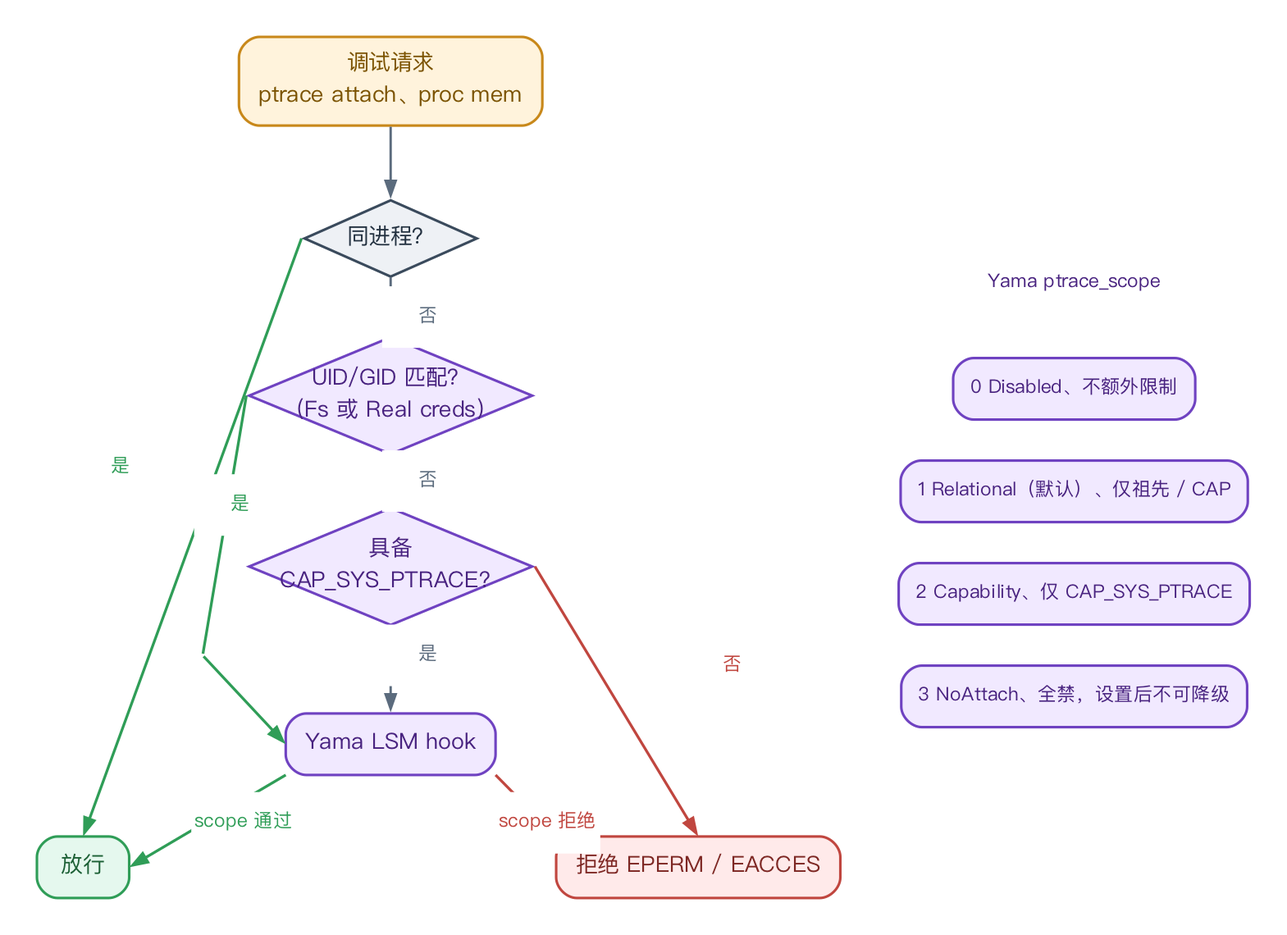
Above: research_practice/assets/10_security_model.png in vvvvsv/asterinas (Graphviz), before the change. Its source is kept beside it as research_practice/assets/10_security_model.dot.
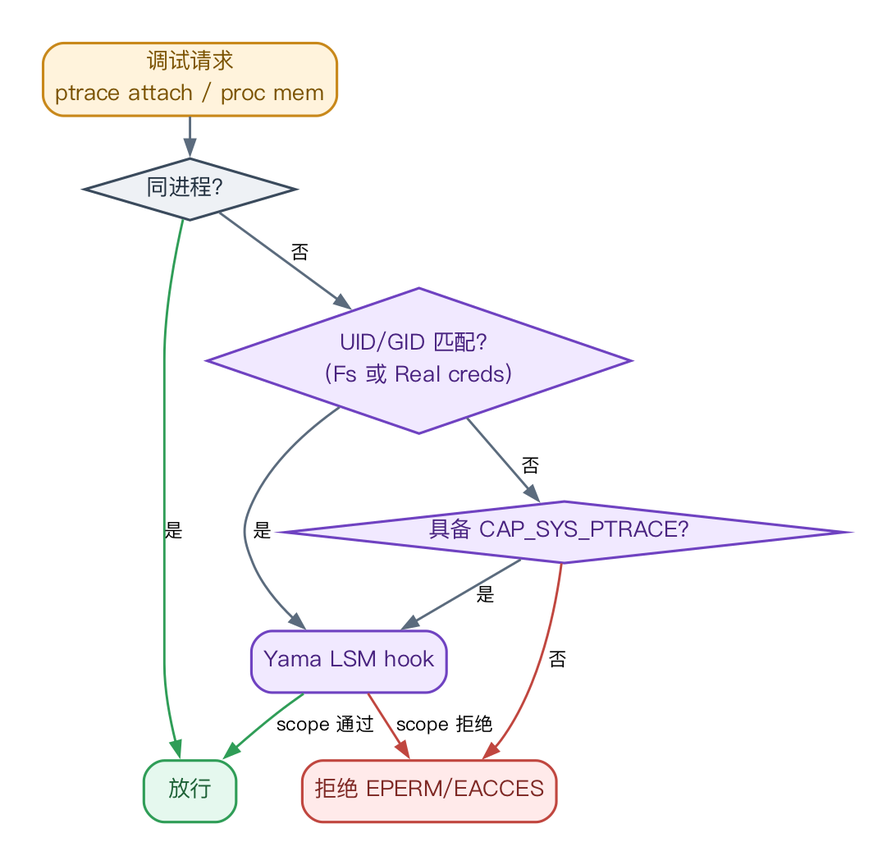
Later version of the same file.

The edit, as a diff of the source:
```diff
@@ -1,36 +1,24 @@
 digraph G {
-  graph [fontname="PingFang SC", bgcolor="white", pad="0.3", splines=true];
-  node [fontname="PingFang SC", shape=box, style="rounded,filled", penwidth=1.5, margin="0.16,0.10", fontsize=13];
-  edge [fontname="PingFang SC", color="#5b6b7d", penwidth=1.4, arrowsize=0.85, fontsize=11];
-  req [label="调试请求\nptrace attach、proc mem", fillcolor="#FFF3DC", color="#C8881A", fontcolor="#7a5200", pos="250,480"];
-  same [label="同进程？", fillcolor="#EEF1F5", color="#3a4a5c", fontcolor="#22303f", shape="diamond", style="filled", width="1.4", height="0.62", fixedsize="true", pos="250,388"];
-  ugid [label="UID/GID 匹配？\n(Fs 或 Real creds)", fillcolor="#F1E9FF", color="#6F42C1", fontcolor="#48227f", shape="diamond", style="filled", width="2.3", height="0.95", fixedsize="true", pos="250,296"];
-  cap [label="具备\nCAP_SYS_PTRACE？", fillcolor="#F1E9FF", color="#6F42C1", fontcolor="#48227f", shape="diamond", style="filled", width="2.3", height="0.95", fixedsize="true", pos="250,196"];
-  yama [label="Yama LSM hook", fillcolor="#F1E9FF", color="#6F42C1", fontcolor="#48227f", pos="250,92"];
-  allow [label="放行", fillcolor="#E5F8EE", color="#2F9D57", fontcolor="#1c6035", pos="70,20"];
-  deny [label="拒绝 EPERM / EACCES", fillcolor="#FFEAEA", color="#C0463F", fontcolor="#7d2723", pos="430,20"];
-  wp_uy [shape=point, width=0.001, color="white", pos="140,144.0"];
-  req -> same [color="#5b6b7d"];
-  same -> ugid [color="#5b6b7d"];
-  ugid -> cap [color="#5b6b7d"];
-  cap -> yama [color="#5b6b7d"];
-  same:w -> allow:n [color="#2F9D57", penwidth=1.6, pos="e,70,42 70,388 70,110"];
-  ugid:w -> wp_uy [color="#2F9D57", penwidth=1.6, arrowhead=none];
-  wp_uy -> yama:w [color="#2F9D57", penwidth=1.6];
-  cap:e -> deny:n [color="#C0463F", penwidth=1.6, pos="e,430,42 420,196 430,166"];
-  yama:sw -> allow:e [color="#2F9D57", penwidth=1.6];
-  yama:se -> deny:nw [color="#C0463F", penwidth=1.6];
-  L_same_y [shape=box, style="filled", fillcolor="white", color="white", penwidth=0, margin="0.03,0.01", fontsize=11, fontcolor="#2F9D57", pos="92,254.0", label="是"];
-  L_same_n [shape=box, style="filled", fillcolor="white", color="white", penwidth=0, margin="0.03,0.01", fontsize=11, fontcolor="#5b6b7d", pos="272,342.0", label="否"];
-  L_ugid_y [shape=box, style="filled", fillcolor="white", color="white", penwidth=0, margin="0.03,0.01", fontsize=11, fontcolor="#2F9D57", pos="162,232.0", label="是"];
-  L_ugid_n [shape=box, style="filled", fillcolor="white", color="white", penwidth=0, margin="0.03,0.01", fontsize=11, fontcolor="#5b6b7d", pos="272,246.0", label="否"];
-  L_cap_y [shape=box, style="filled", fillcolor="white", color="white", penwidth=0, margin="0.03,0.01", fontsize=11, fontcolor="#5b6b7d", pos="272,144.0", label="是"];
-  L_cap_n [shape=box, style="filled", fillcolor="white", color="white", penwidth=0, margin="0.03,0.01", fontsize=11, fontcolor="#C0463F", pos="450,138.0", label="否"];
-  L_yama_p [shape=box, style="filled", fillcolor="white", color="white", penwidth=0, margin="0.03,0.01", fontsize=11, fontcolor="#2F9D57", pos="164,46", label="scope 通过"];
-  L_yama_d [shape=box, style="filled", fillcolor="white", color="white", penwidth=0, margin="0.03,0.01", fontsize=11, fontcolor="#C0463F", pos="342,46", label="scope 拒绝"];
-  scope_title [shape=box, style="filled", fillcolor="white", color="white", penwidth=0, margin="0.03,0.01", fontsize=11, fontcolor="#48227f", pos="650,362", label="Yama ptrace_scope"];
-  y0 [label="0 Disabled、不额外限制", fillcolor="#F1E9FF", color="#6F42C1", fontcolor="#48227f", fontsize="11", margin="0.14,0.07", pos="650,300"];
-  y1 [label="1 Relational（默认）、仅祖先 / CAP", fillcolor="#F1E9FF", color="#6F42C1", fontcolor="#48227f", fontsize="11", margin="0.14,0.07", pos="650,240"];
-  y2 [label="2 Capability、仅 CAP_SYS_PTRACE", fillcolor="#F1E9FF", color="#6F42C1", fontcolor="#48227f", fontsize="11", margin="0.14,0.07", pos="650,180"];
-  y3 [label="3 NoAttach、全禁，设置后不可降级", fillcolor="#F1E9FF", color="#6F42C1", fontcolor="#48227f", fontsize="11", margin="0.14,0.07", pos="650,120"];
+
+  graph [fontname="PingFang SC", bgcolor="white", pad="0.35", rankdir=TB, nodesep="0.22", ranksep="0.32"];
+  node  [fontname="PingFang SC", shape=box, style="rounded,filled", penwidth=1.5, margin="0.16,0.10", fontsize=13];
+  edge  [fontname="PingFang SC", color="#5b6b7d", penwidth=1.4, arrowsize=0.85, fontsize=11];
+  node [margin="0.1,0.035"];
+  req [label="调试请求\nptrace attach / proc mem", fillcolor="#FFF3DC", color="#C8881A", fontcolor="#7a5200"];
+  same [label="同进程？", fillcolor="#EEF1F5", color="#3a4a5c", fontcolor="#22303f", shape="diamond", style="filled"];
+  ugid [label="UID/GID 匹配？\n(Fs 或 Real creds)", fillcolor="#F1E9FF", color="#6F42C1", fontcolor="#48227f", shape="diamond", style="filled"];
+  cap [label="具备 CAP_SYS_PTRACE？", fillcolor="#F1E9FF", color="#6F42C1", fontcolor="#48227f", shape="diamond", style="filled"];
+  yama [label="Yama LSM hook", fillcolor="#F1E9FF", color="#6F42C1", fontcolor="#48227f"];
+  allow [label="放行", fillcolor="#E5F8EE", color="#2F9D57", fontcolor="#1c6035"];
+  deny [label="拒绝 EPERM/EACCES", fillcolor="#FFEAEA", color="#C0463F", fontcolor="#7d2723"];
+
+  req -> same;
+  same -> allow [label="是", color="#2F9D57"];
+  same -> ugid [label="否"];
+  ugid -> cap [label="否"];
+  ugid -> yama [label="是"];
+  cap -> yama [label="是"];
+  cap -> deny [label="否", color="#C0463F"];
+  yama -> allow [label="scope 通过", color="#2F9D57"];
+  yama -> deny [label="scope 拒绝", color="#C0463F"];
 }
```
